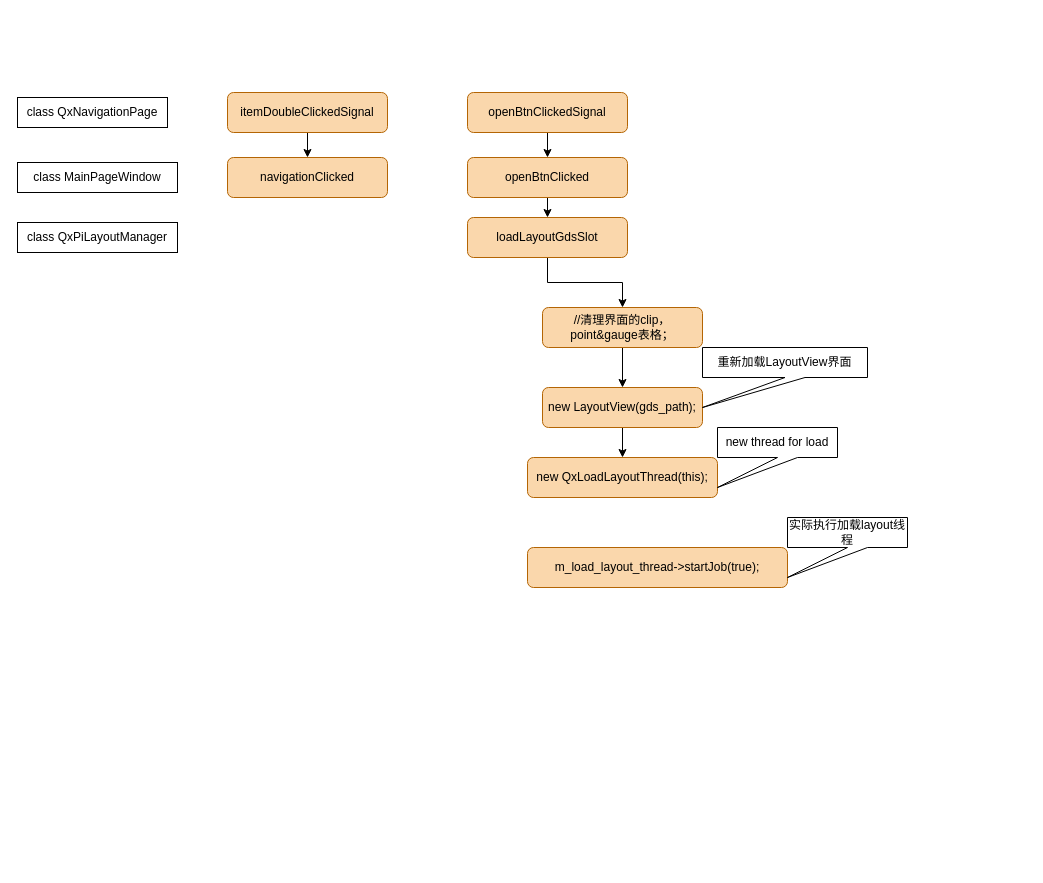
Above: 未命名绘图.drawio in FicmillaR/drawio (draw.io), before the change. Source tidied: cells renumbered, new cells numbered last; positions are measured from the earlier drawing's top-left corner, leaving out a move shared by most shapes. Both pictures are drawn from the tidied source at 100%, with x=0, y=0 at pixel (17, 92).
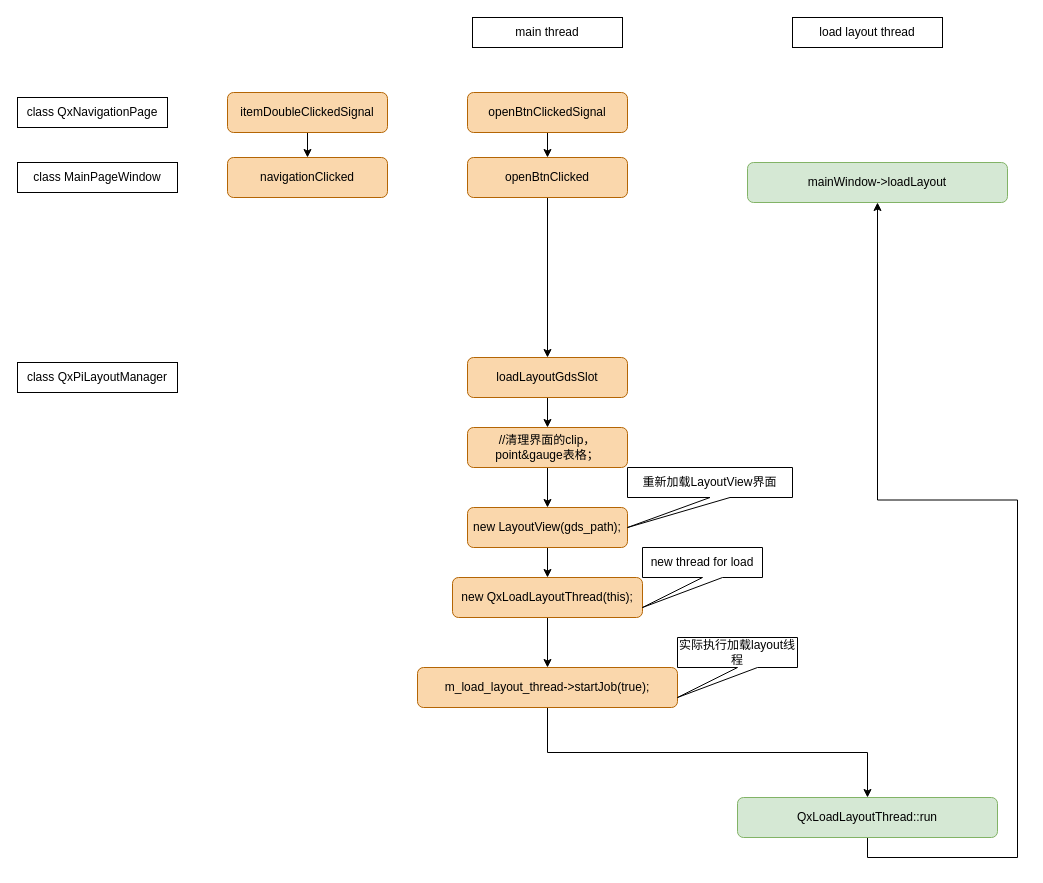
Above is the later version.

Commit message:
更新未命名绘图.drawio

Unchanged cells that the change refers to:
```xml
<mxCell id="10" value="openBtnClicked" style="rounded=1;whiteSpace=wrap;html=1;fontSize=12;glass=0;strokeWidth=1;shadow=0;fillColor=#fad7ac;strokeColor=#b46504;" parent="1" vertex="1">
  <mxGeometry x="450" y="65" width="160" height="40" as="geometry" />
</mxCell>
```

The edit, as a diff of the source:
```diff
@@
     <mxCell id="6" value="&lt;p style=&quot;language:zh-CN;margin-top:0pt;margin-bottom:0pt;margin-left:0in;&lt;br/&gt;text-align:left;direction:ltr;unicode-bidi:embed;mso-line-break-override:none;&lt;br/&gt;word-break:normal;punctuation-wrap:hanging&quot;&gt;class QxPiLayoutManager&lt;/p&gt;" style="rounded=0;whiteSpace=wrap;html=1;" parent="1" vertex="1">
-      <mxGeometry y="130" width="160" height="30" as="geometry" />
+      <mxGeometry y="270" width="160" height="30" as="geometry" />
     </mxCell>
@@
-    <mxCell id="9" style="edgeStyle=orthogonalEdgeStyle;rounded=0;jettySize=auto;html=1;exitX=0.5;exitY=1;exitDx=0;exitDy=0;entryX=0.5;entryY=0;entryDx=0;entryDy=0;fontFamily=Helvetica;fontSize=12;fontColor=default;" parent="1" edge="1" source="10" target="13">
+    <mxCell id="9" style="edgeStyle=orthogonalEdgeStyle;rounded=0;jettySize=auto;html=1;entryX=0.5;entryY=0;entryDx=0;entryDy=0;fontFamily=Helvetica;fontSize=12;fontColor=default;exitX=0.5;exitY=1;exitDx=0;exitDy=0;" parent="1" edge="1" source="10" target="13">
       <mxGeometry relative="1" as="geometry" />
     </mxCell>
@@
     <mxCell id="13" value="loadLayoutGdsSlot" style="rounded=1;whiteSpace=wrap;html=1;fontSize=12;glass=0;strokeWidth=1;shadow=0;fillColor=#fad7ac;strokeColor=#b46504;" parent="1" vertex="1">
-      <mxGeometry x="450" y="125" width="160" height="40" as="geometry" />
+      <mxGeometry x="450" y="265" width="160" height="40" as="geometry" />
     </mxCell>
@@
     <mxCell id="15" value="//清理界面的clip，point&amp;amp;gauge表格；" style="rounded=1;whiteSpace=wrap;html=1;fontSize=12;glass=0;strokeWidth=1;shadow=0;fillColor=#fad7ac;strokeColor=#b46504;" parent="1" vertex="1">
-      <mxGeometry x="525" y="215" width="160" height="40" as="geometry" />
+      <mxGeometry x="450" y="335" width="160" height="40" as="geometry" />
     </mxCell>
@@
     <mxCell id="17" value="new LayoutView(gds_path);" style="rounded=1;whiteSpace=wrap;html=1;fontSize=12;glass=0;strokeWidth=1;shadow=0;fillColor=#fad7ac;strokeColor=#b46504;" parent="1" vertex="1">
-      <mxGeometry x="525" y="295" width="160" height="40" as="geometry" />
+      <mxGeometry x="450" y="415" width="160" height="40" as="geometry" />
     </mxCell>
+    <mxCell id="23" style="edgeStyle=orthogonalEdgeStyle;rounded=0;jettySize=auto;html=1;exitX=0.5;exitY=1;exitDx=0;exitDy=0;fontFamily=Helvetica;fontSize=12;fontColor=default;" parent="1" edge="1" source="18" target="21">
+      <mxGeometry relative="1" as="geometry" />
+    </mxCell>
     <mxCell id="18" value="new QxLoadLayoutThread(this);" style="rounded=1;whiteSpace=wrap;html=1;fontSize=12;glass=0;strokeWidth=1;shadow=0;fillColor=#fad7ac;strokeColor=#b46504;" parent="1" vertex="1">
-      <mxGeometry x="510" y="365" width="190" height="40" as="geometry" />
+      <mxGeometry x="435" y="485" width="190" height="40" as="geometry" />
     </mxCell>
     <mxCell id="19" value="new thread for load" style="shape=callout;whiteSpace=wrap;html=1;perimeter=calloutPerimeter;rounded=0;strokeColor=default;align=center;verticalAlign=middle;fontFamily=Helvetica;fontSize=12;fontColor=default;fillColor=default;position2=0;" parent="1" vertex="1">
-      <mxGeometry x="700" y="335" width="120" height="60" as="geometry" />
+      <mxGeometry x="625" y="455" width="120" height="60" as="geometry" />
     </mxCell>
     <mxCell id="20" value="重新加载LayoutView界面" style="shape=callout;whiteSpace=wrap;html=1;perimeter=calloutPerimeter;rounded=0;strokeColor=default;align=center;verticalAlign=middle;fontFamily=Helvetica;fontSize=12;fontColor=default;fillColor=default;position2=0;" parent="1" vertex="1">
-      <mxGeometry x="685" y="255" width="165" height="60" as="geometry" />
+      <mxGeometry x="610" y="375" width="165" height="60" as="geometry" />
     </mxCell>
+    <mxCell id="24" style="edgeStyle=orthogonalEdgeStyle;rounded=0;jettySize=auto;html=1;exitX=0.5;exitY=1;exitDx=0;exitDy=0;fontFamily=Helvetica;fontSize=12;fontColor=default;" parent="1" edge="1" source="21" target="26">
+      <mxGeometry relative="1" as="geometry" />
+    </mxCell>
     <mxCell id="21" value="m_load_layout_thread-&amp;gt;startJob(true);" style="rounded=1;whiteSpace=wrap;html=1;fontSize=12;glass=0;strokeWidth=1;shadow=0;fillColor=#fad7ac;strokeColor=#b46504;" parent="1" vertex="1">
-      <mxGeometry x="510" y="455" width="260" height="40" as="geometry" />
+      <mxGeometry x="400" y="575" width="260" height="40" as="geometry" />
     </mxCell>
     <mxCell id="22" value="实际执行加载layout线程" style="shape=callout;whiteSpace=wrap;html=1;perimeter=calloutPerimeter;rounded=0;strokeColor=default;align=center;verticalAlign=middle;fontFamily=Helvetica;fontSize=12;fontColor=default;fillColor=default;position2=0;" parent="1" vertex="1">
-      <mxGeometry x="770" y="425" width="120" height="60" as="geometry" />
+      <mxGeometry x="660" y="545" width="120" height="60" as="geometry" />
     </mxCell>
+    <mxCell id="25" style="edgeStyle=orthogonalEdgeStyle;rounded=0;jettySize=auto;html=1;exitX=0.5;exitY=1;exitDx=0;exitDy=0;fontFamily=Helvetica;fontSize=12;fontColor=default;entryX=0.5;entryY=1;entryDx=0;entryDy=0;" parent="1" edge="1" source="26" target="27">
+      <mxGeometry relative="1" as="geometry" />
+    </mxCell>
+    <mxCell id="26" value="QxLoadLayoutThread::run" style="rounded=1;whiteSpace=wrap;html=1;fontSize=12;glass=0;strokeWidth=1;shadow=0;fillColor=#d5e8d4;strokeColor=#82b366;" parent="1" vertex="1">
+      <mxGeometry x="720" y="705" width="260" height="40" as="geometry" />
+    </mxCell>
+    <mxCell id="27" value="mainWindow-&amp;gt;loadLayout" style="rounded=1;whiteSpace=wrap;html=1;fontSize=12;glass=0;strokeWidth=1;shadow=0;fillColor=#d5e8d4;strokeColor=#82b366;" parent="1" vertex="1">
+      <mxGeometry x="730" y="70" width="260" height="40" as="geometry" />
+    </mxCell>
+    <mxCell id="28" value="&lt;p style=&quot;language:zh-CN;margin-top:0pt;margin-bottom:0pt;margin-left:0in;&lt;br/&gt;text-align:left;direction:ltr;unicode-bidi:embed;mso-line-break-override:none;&lt;br/&gt;word-break:normal;punctuation-wrap:hanging&quot;&gt;main thread&lt;/p&gt;" style="rounded=0;whiteSpace=wrap;html=1;" parent="1" vertex="1">
+      <mxGeometry x="455" y="-75" width="150" height="30" as="geometry" />
+    </mxCell>
+    <mxCell id="29" value="&lt;p style=&quot;language:zh-CN;margin-top:0pt;margin-bottom:0pt;margin-left:0in;&lt;br/&gt;text-align:left;direction:ltr;unicode-bidi:embed;mso-line-break-override:none;&lt;br/&gt;word-break:normal;punctuation-wrap:hanging&quot;&gt;load layout thread&lt;/p&gt;" style="rounded=0;whiteSpace=wrap;html=1;" parent="1" vertex="1">
+      <mxGeometry x="775" y="-75" width="150" height="30" as="geometry" />
+    </mxCell>
```
